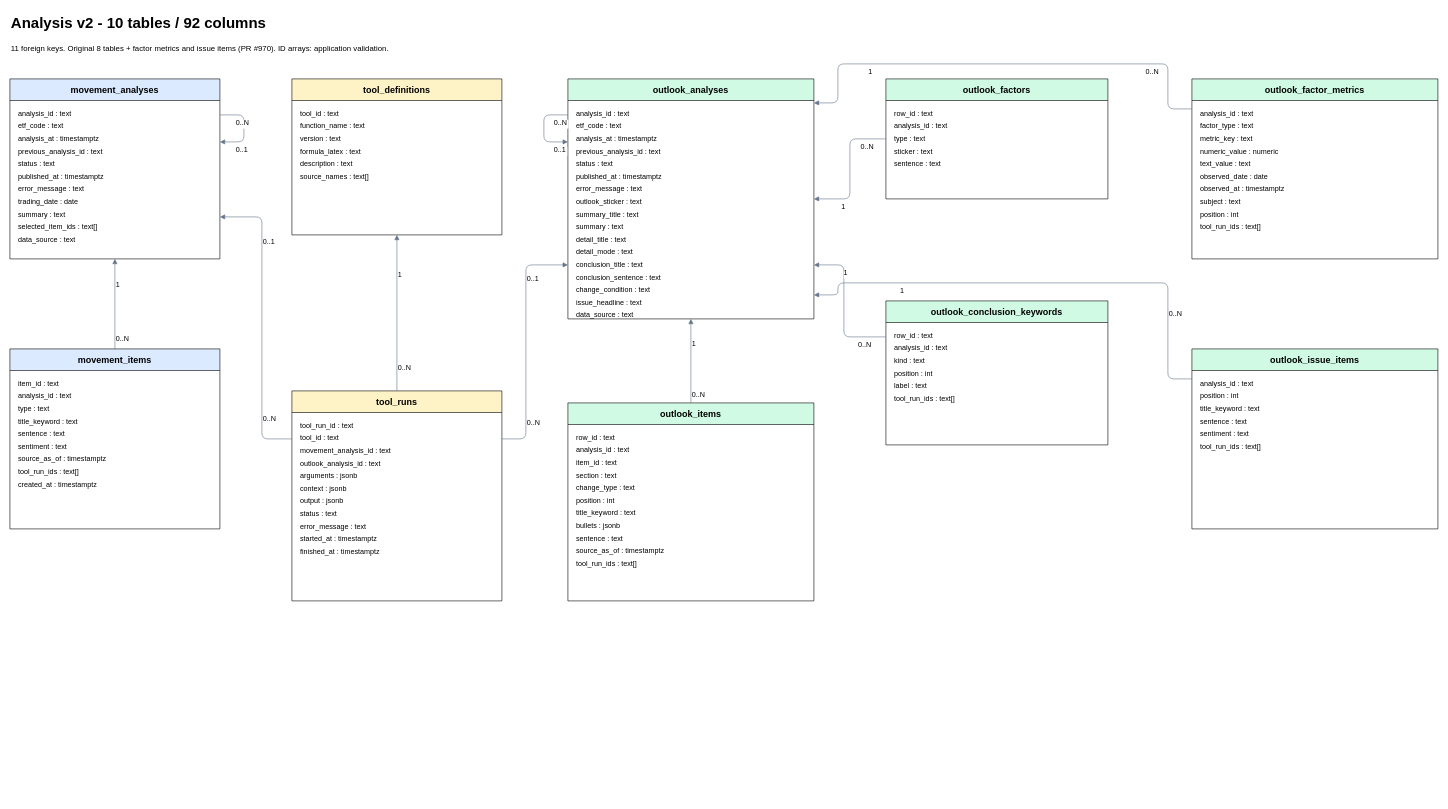
Above: docs/data-model/domains/analysis-v2/erd.drawio in alphaeveryday/edge (draw.io), before the change. Source tidied: cells renumbered, new cells numbered last; positions are measured from the earlier drawing's top-left corner, leaving out a move shared by most shapes. Both pictures are drawn from the tidied source at 60%, with x=0, y=0 at pixel (10, 10).
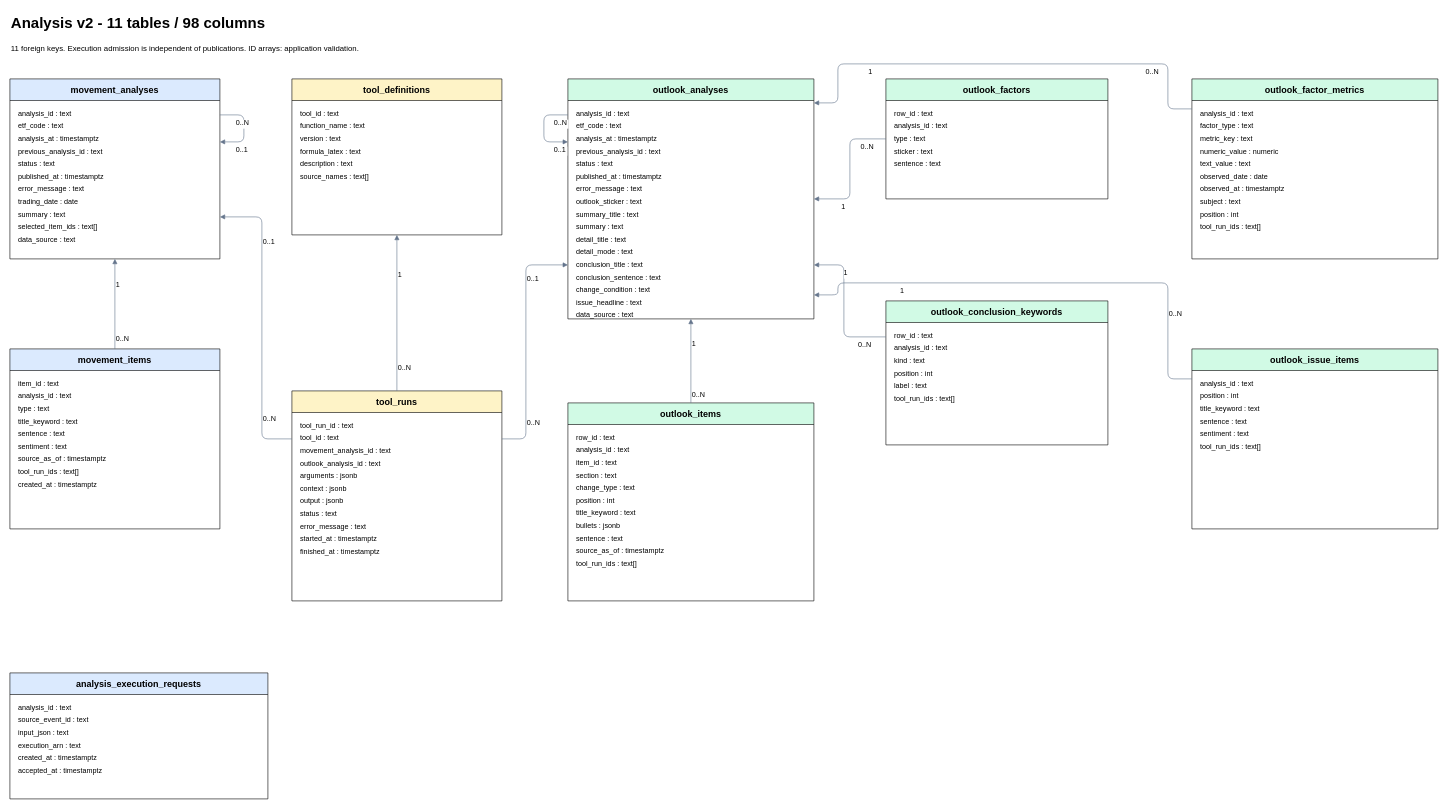
Above is the later version.

Commit message (it also covers changes not shown here):
docs(schema): 실행 접수 테이블을 분석 ERD에 추가

Refs: ALPHA-1143

The edit, as a diff of the source:
```diff
@@
-    <mxCell id="2" value="Analysis v2 - 10 tables / 92 columns" style="text;html=0;fontSize=25;fontStyle=1;align=left;" parent="1" vertex="1">
+    <mxCell id="2" value="Analysis v2 - 11 tables / 98 columns" style="text;html=0;fontSize=25;fontStyle=1;align=left;" parent="1" vertex="1">
       <mxGeometry width="1000" height="40" as="geometry" />
     </mxCell>
-    <mxCell id="3" value="11 foreign keys. Original 8 tables + factor metrics and issue items (PR #970). ID arrays: application validation." style="text;html=0;fontSize=13;align=left;" parent="1" vertex="1">
+    <mxCell id="3" value="11 foreign keys. Execution admission is independent of publications. ID arrays: application validation." style="text;html=0;fontSize=13;align=left;" parent="1" vertex="1">
       <mxGeometry y="50" width="1200" height="30" as="geometry" />
     </mxCell>
@@
+    <mxCell id="139" value="analysis_execution_requests" style="swimlane;html=0;startSize=36;fillColor=#dbeafe;fontSize=15;" parent="1" vertex="1">
+      <mxGeometry y="1105" width="430" height="210" as="geometry" />
+    </mxCell>
+    <mxCell id="140" value="analysis_id : text" style="text;html=0;align=left;fontSize=12;" parent="139" vertex="1">
+      <mxGeometry x="12" y="44" width="410" height="21" as="geometry" />
+    </mxCell>
+    <mxCell id="141" value="source_event_id : text" style="text;html=0;align=left;fontSize=12;" parent="139" vertex="1">
+      <mxGeometry x="12" y="65" width="410" height="21" as="geometry" />
+    </mxCell>
+    <mxCell id="142" value="input_json : text" style="text;html=0;align=left;fontSize=12;" parent="139" vertex="1">
+      <mxGeometry x="12" y="86" width="410" height="21" as="geometry" />
+    </mxCell>
+    <mxCell id="143" value="execution_arn : text" style="text;html=0;align=left;fontSize=12;" parent="139" vertex="1">
+      <mxGeometry x="12" y="107" width="410" height="21" as="geometry" />
+    </mxCell>
+    <mxCell id="144" value="created_at : timestamptz" style="text;html=0;align=left;fontSize=12;" parent="139" vertex="1">
+      <mxGeometry x="12" y="128" width="410" height="21" as="geometry" />
+    </mxCell>
+    <mxCell id="145" value="accepted_at : timestamptz" style="text;html=0;align=left;fontSize=12;" parent="139" vertex="1">
+      <mxGeometry x="12" y="149" width="410" height="21" as="geometry" />
+    </mxCell>
```
